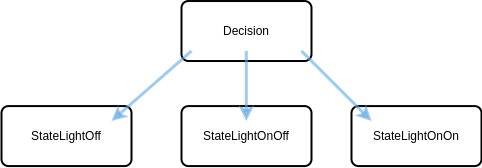
This is assets/path-ultrasonic-light.png from guimaraaes/cutes, a draw.io export, as it was before one commit. Source tidied: cells renumbered, new cells last; positions are measured from the earlier drawing's top-left corner, leaving out a move shared by most shapes.
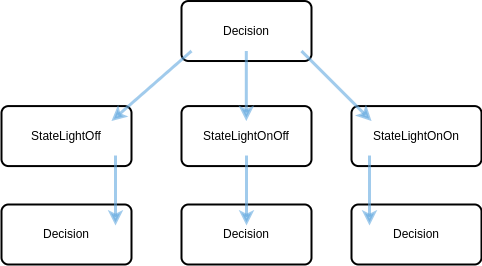
Later version of the same file.

What changed in the source:
```diff
@@ -30,5 +30,32 @@
         <mxPoint x="190" y="49.5" as="sourcePoint" />
       </mxGeometry>
     </mxCell>
+    <mxCell id="9" value="Decision" style="rounded=1;whiteSpace=wrap;html=1;absoluteArcSize=1;arcSize=14;strokeWidth=2;" parent="1" vertex="1">
+      <mxGeometry y="203" width="130" height="60" as="geometry" />
+    </mxCell>
+    <mxCell id="10" value="Decision" style="rounded=1;whiteSpace=wrap;html=1;absoluteArcSize=1;arcSize=14;strokeWidth=2;" parent="1" vertex="1">
+      <mxGeometry x="180" y="203" width="130" height="60" as="geometry" />
+    </mxCell>
+    <mxCell id="11" value="Decision" style="rounded=1;whiteSpace=wrap;html=1;absoluteArcSize=1;arcSize=14;strokeWidth=2;" parent="1" vertex="1">
+      <mxGeometry x="350" y="203" width="130" height="60" as="geometry" />
+    </mxCell>
+    <mxCell id="12" style="endArrow=classic;html=1;rounded=0;fillColor=#dae8fc;strokeColor=#63a8df;strokeWidth=3;opacity=60;" parent="1" edge="1">
+      <mxGeometry relative="1" as="geometry">
+        <mxPoint x="114" y="154" as="sourcePoint" />
+        <mxPoint x="114" y="224" as="targetPoint" />
+      </mxGeometry>
+    </mxCell>
+    <mxCell id="13" style="endArrow=classic;html=1;rounded=0;fillColor=#dae8fc;strokeColor=#63a8df;strokeWidth=3;opacity=60;" parent="1" edge="1">
+      <mxGeometry relative="1" as="geometry">
+        <mxPoint x="245" y="154" as="sourcePoint" />
+        <mxPoint x="245" y="224" as="targetPoint" />
+      </mxGeometry>
+    </mxCell>
+    <mxCell id="14" style="endArrow=classic;html=1;rounded=0;fillColor=#dae8fc;strokeColor=#63a8df;strokeWidth=3;opacity=60;" parent="1" edge="1">
+      <mxGeometry relative="1" as="geometry">
+        <mxPoint x="368" y="154" as="sourcePoint" />
+        <mxPoint x="368" y="224" as="targetPoint" />
+      </mxGeometry>
+    </mxCell>
   </root>
 </mxGraphModel>
```
